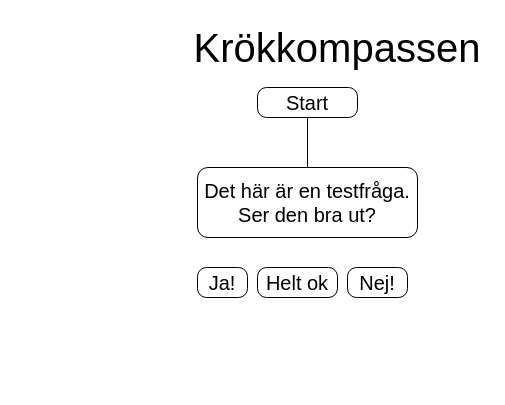
Above: page "Page-1" (1 of 2) of non-site assets/prototypeDiagram.drawio in Nuffsly/krokkompassen (draw.io), before the change. Source tidied: cells renumbered, new cells numbered last; positions are measured from the earlier drawing's top-left corner, leaving out a move shared by most shapes. Both pictures are drawn from the tidied source at 100%, with x=0, y=0 at pixel (187, 17).
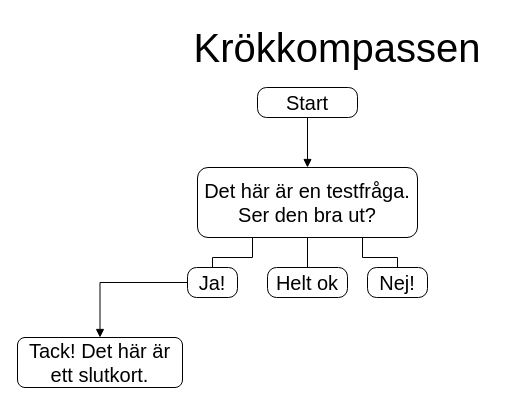
The same page after the edit.

The edit, as a diff of the source:
```diff
@@
 <mxGraphModel>
   <root>
     <mxCell id="0" />
     <mxCell id="1" parent="0" />
     <mxCell id="2" value="&lt;font style=&quot;font-size: 40px;&quot;&gt;Krökkompassen&lt;/font&gt;" style="text;html=1;strokeColor=none;fillColor=none;align=center;verticalAlign=middle;whiteSpace=wrap;rounded=0;" parent="1" vertex="1">
       <mxGeometry width="300" height="60" as="geometry" />
     </mxCell>
-    <mxCell id="3" style="edgeStyle=orthogonalEdgeStyle;rounded=0;jettySize=auto;html=1;entryX=0.5;entryY=0;entryDx=0;entryDy=0;fontSize=20;endArrow=none;endFill=0;" parent="1" edge="1" source="4" target="5">
+    <mxCell id="3" style="edgeStyle=orthogonalEdgeStyle;rounded=0;jettySize=auto;html=1;entryX=0.5;entryY=0;entryDx=0;entryDy=0;fontSize=20;endArrow=block;endFill=1;" parent="1" edge="1" source="4" target="5">
       <mxGeometry relative="1" as="geometry" />
     </mxCell>
     <mxCell id="4" value="&lt;div style=&quot;font-size: 20px;&quot;&gt;&lt;span style=&quot;font-size: 20px; background-color: initial;&quot;&gt;Start&lt;/span&gt;&lt;/div&gt;" style="rounded=1;whiteSpace=wrap;html=1;fontSize=20;align=center;arcSize=30;verticalAlign=middle;" parent="1" vertex="1">
       <mxGeometry x="70" y="70" width="100" height="30" as="geometry" />
     </mxCell>
+    <mxCell id="9" style="edgeStyle=orthogonalEdgeStyle;rounded=0;jettySize=auto;html=1;entryX=0.5;entryY=0;entryDx=0;entryDy=0;fontSize=20;endArrow=none;endFill=0;" parent="1" edge="1" source="5" target="8">
+      <mxGeometry relative="1" as="geometry" />
+    </mxCell>
+    <mxCell id="10" style="edgeStyle=orthogonalEdgeStyle;rounded=0;jettySize=auto;html=1;exitX=0.25;exitY=1;exitDx=0;exitDy=0;entryX=0.5;entryY=0;entryDx=0;entryDy=0;fontSize=20;endArrow=none;endFill=0;" parent="1" edge="1" source="5" target="6">
+      <mxGeometry relative="1" as="geometry" />
+    </mxCell>
+    <mxCell id="11" style="edgeStyle=orthogonalEdgeStyle;rounded=0;jettySize=auto;html=1;exitX=0.75;exitY=1;exitDx=0;exitDy=0;entryX=0.5;entryY=0;entryDx=0;entryDy=0;fontSize=20;endArrow=none;endFill=0;" parent="1" edge="1" source="5" target="7">
+      <mxGeometry relative="1" as="geometry" />
+    </mxCell>
     <mxCell id="5" value="Det här är en testfråga. Ser den bra ut?" style="rounded=1;whiteSpace=wrap;html=1;fontSize=20;" parent="1" vertex="1">
       <mxGeometry x="10" y="150" width="220" height="70" as="geometry" />
     </mxCell>
+    <mxCell id="12" style="edgeStyle=orthogonalEdgeStyle;rounded=0;jettySize=auto;html=1;entryX=0.5;entryY=0;entryDx=0;entryDy=0;fontSize=20;endArrow=block;endFill=1;" parent="1" edge="1" source="6" target="13">
+      <mxGeometry relative="1" as="geometry" />
+    </mxCell>
     <mxCell id="6" value="&lt;div style=&quot;font-size: 20px;&quot;&gt;&lt;span style=&quot;font-size: 20px; background-color: initial;&quot;&gt;Ja!&lt;/span&gt;&lt;/div&gt;" style="rounded=1;whiteSpace=wrap;html=1;fontSize=20;align=center;arcSize=30;verticalAlign=middle;" parent="1" vertex="1">
-      <mxGeometry x="10" y="250" width="50" height="30" as="geometry" />
+      <mxGeometry y="250" width="50" height="30" as="geometry" />
     </mxCell>
     <mxCell id="7" value="&lt;div style=&quot;font-size: 20px;&quot;&gt;&lt;span style=&quot;font-size: 20px; background-color: initial;&quot;&gt;Nej!&lt;/span&gt;&lt;/div&gt;" style="rounded=1;whiteSpace=wrap;html=1;fontSize=20;align=center;arcSize=30;verticalAlign=middle;" parent="1" vertex="1">
-      <mxGeometry x="160" y="250" width="60" height="30" as="geometry" />
+      <mxGeometry x="180" y="250" width="60" height="30" as="geometry" />
     </mxCell>
     <mxCell id="8" value="&lt;div style=&quot;font-size: 20px;&quot;&gt;&lt;span style=&quot;font-size: 20px; background-color: initial;&quot;&gt;Helt ok&lt;/span&gt;&lt;/div&gt;" style="rounded=1;whiteSpace=wrap;html=1;fontSize=20;align=center;arcSize=30;verticalAlign=middle;" parent="1" vertex="1">
-      <mxGeometry x="70" y="250" width="80" height="30" as="geometry" />
+      <mxGeometry x="80" y="250" width="80" height="30" as="geometry" />
     </mxCell>
+    <mxCell id="13" value="Tack! Det här är ett slutkort." style="rounded=1;whiteSpace=wrap;html=1;fontSize=20;" parent="1" vertex="1">
+      <mxGeometry x="-170" y="320" width="165" height="50" as="geometry" />
+    </mxCell>
   </root>
 </mxGraphModel>
```
